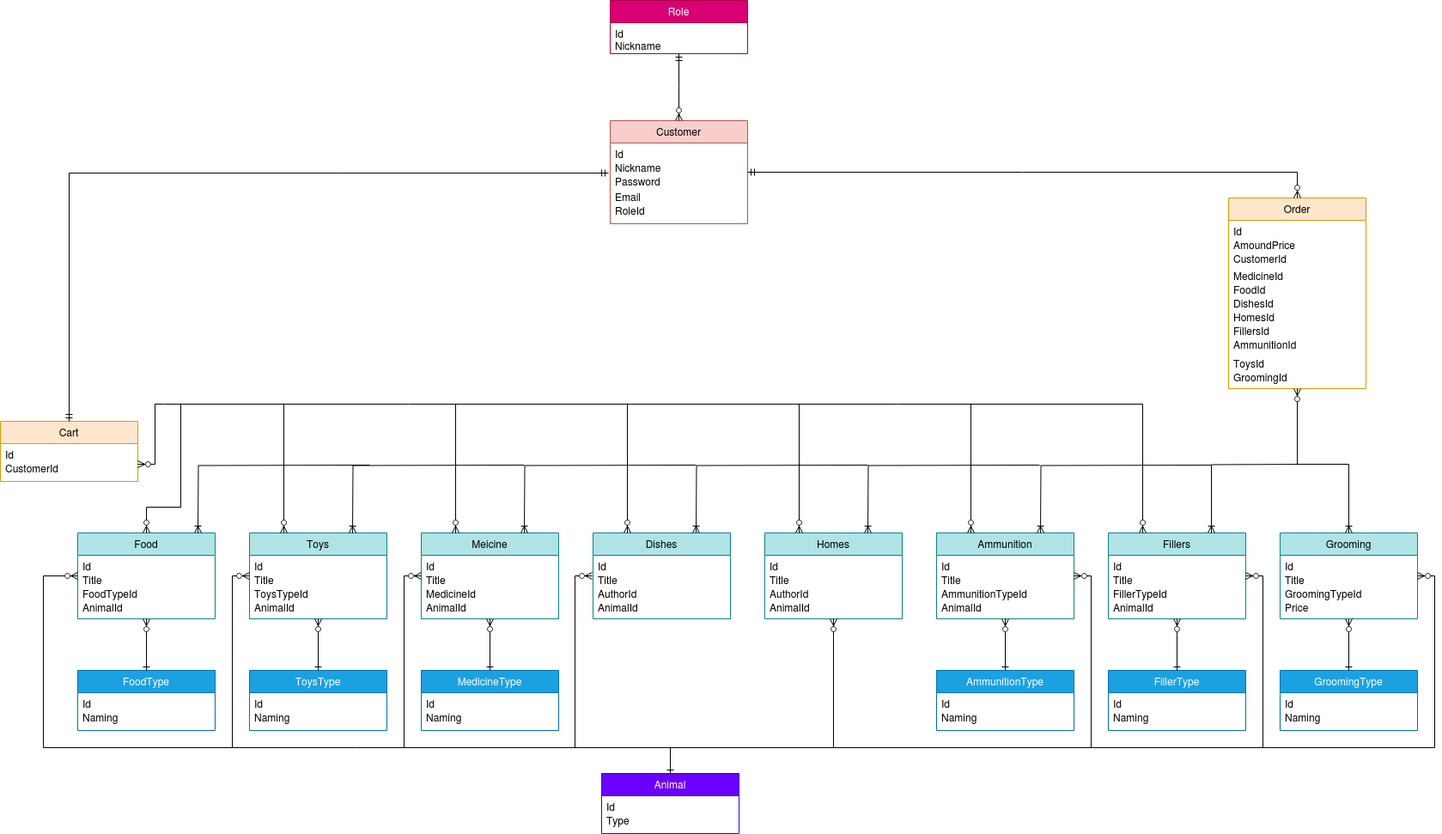
Earlier version of the draw.io export pet_shop_diagram.drawio.png (Chaisy/Pet_Store). Source tidied: cells renumbered, new cells last; positions are measured from the earlier drawing's top-left corner, leaving out a move shared by most shapes.
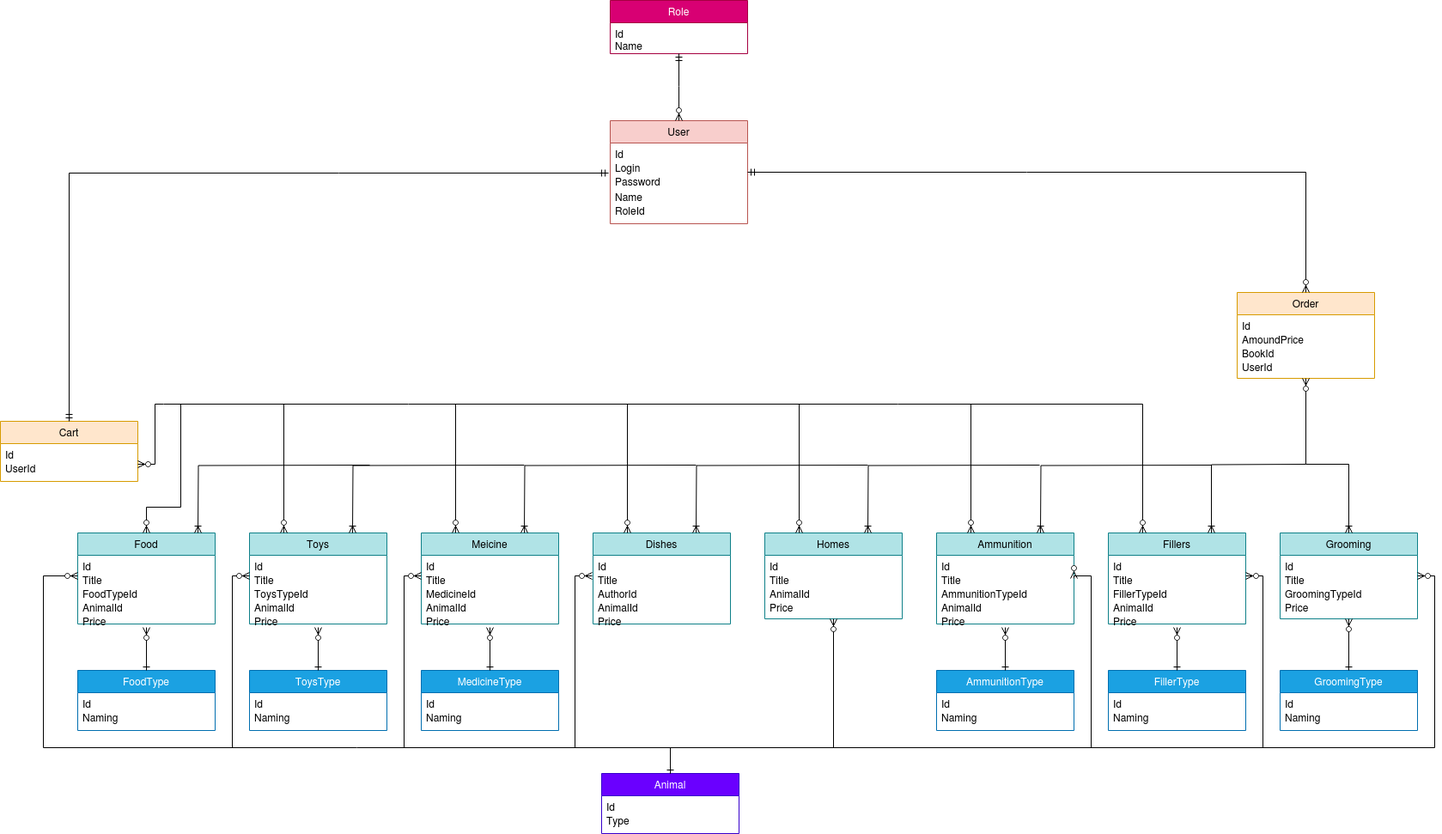
Later version of the same file.

Change to the diagram source:
```diff
@@ -4,3 +4,3 @@
     <mxCell id="1" parent="0" />
-    <mxCell id="2" value="Customer" style="swimlane;fontStyle=0;align=center;verticalAlign=top;horizontal=1;startSize=26;rounded=0;shadow=0;strokeWidth=1;fillColor=#f8cecc;strokeColor=#b85450;" parent="1" vertex="1">
+    <mxCell id="2" value="User" style="swimlane;fontStyle=0;align=center;verticalAlign=top;horizontal=1;startSize=26;rounded=0;shadow=0;strokeWidth=1;fillColor=#f8cecc;strokeColor=#b85450;" parent="1" vertex="1">
       <mxGeometry x="710" y="140" width="160" height="120" as="geometry" />
@@ -10,3 +10,3 @@
     </mxCell>
-    <mxCell id="4" value="Nickname" style="text;align=left;verticalAlign=top;spacingLeft=4;spacingRight=4;overflow=hidden;rounded=0;shadow=0;html=0;" parent="2" vertex="1">
+    <mxCell id="4" value="Login &#10;" style="text;align=left;verticalAlign=top;spacingLeft=4;spacingRight=4;overflow=hidden;rounded=0;shadow=0;html=0;" parent="2" vertex="1">
       <mxGeometry y="42" width="160" height="16" as="geometry" />
@@ -16,3 +16,3 @@
     </mxCell>
-    <mxCell id="6" value="Email" style="text;align=left;verticalAlign=top;spacingLeft=4;spacingRight=4;overflow=hidden;" parent="2" vertex="1">
+    <mxCell id="6" value="Name " style="text;align=left;verticalAlign=top;spacingLeft=4;spacingRight=4;overflow=hidden;" parent="2" vertex="1">
       <mxGeometry y="76" width="160" height="16" as="geometry" />
@@ -23,3 +23,3 @@
     <mxCell id="8" value="Order" style="swimlane;fontStyle=0;align=center;verticalAlign=top;horizontal=1;startSize=26;rounded=0;shadow=0;strokeWidth=1;fillColor=#ffe6cc;strokeColor=#d79b00;" parent="1" vertex="1">
-      <mxGeometry x="1430" y="230" width="160" height="222" as="geometry" />
+      <mxGeometry x="1440" y="340" width="160" height="100" as="geometry" />
     </mxCell>
@@ -31,31 +31,10 @@
     </mxCell>
+    <mxCell id="12" value="BookId" style="text;align=left;verticalAlign=top;spacingLeft=4;spacingRight=4;overflow=hidden;rounded=0;shadow=0;html=0;" parent="8" vertex="1">
+      <mxGeometry y="58" width="160" height="16" as="geometry" />
+    </mxCell>
-    <mxCell id="11" value="CustomerId" style="text;align=left;verticalAlign=top;spacingLeft=4;spacingRight=4;overflow=hidden;rounded=0;shadow=0;html=0;" parent="8" vertex="1">
-      <mxGeometry y="58" width="160" height="20" as="geometry" />
+    <mxCell id="11" value="UserId" style="text;align=left;verticalAlign=top;spacingLeft=4;spacingRight=4;overflow=hidden;rounded=0;shadow=0;html=0;" parent="8" vertex="1">
+      <mxGeometry y="74" width="160" height="20" as="geometry" />
     </mxCell>
-    <mxCell id="12" value="MedicineId" style="text;align=left;verticalAlign=top;spacingLeft=4;spacingRight=4;overflow=hidden;rounded=0;shadow=0;html=0;" parent="8" vertex="1">
-      <mxGeometry y="78" width="160" height="16" as="geometry" />
-    </mxCell>
-    <mxCell id="13" value="FoodId" style="text;align=left;verticalAlign=top;spacingLeft=4;spacingRight=4;overflow=hidden;rounded=0;shadow=0;html=0;" parent="8" vertex="1">
-      <mxGeometry y="94" width="160" height="16" as="geometry" />
-    </mxCell>
-    <mxCell id="14" value="DishesId" style="text;align=left;verticalAlign=top;spacingLeft=4;spacingRight=4;overflow=hidden;rounded=0;shadow=0;html=0;" parent="8" vertex="1">
-      <mxGeometry y="110" width="160" height="16" as="geometry" />
-    </mxCell>
-    <mxCell id="15" value="HomesId" style="text;align=left;verticalAlign=top;spacingLeft=4;spacingRight=4;overflow=hidden;rounded=0;shadow=0;html=0;" parent="8" vertex="1">
-      <mxGeometry y="126" width="160" height="16" as="geometry" />
-    </mxCell>
-    <mxCell id="16" value="FillersId" style="text;align=left;verticalAlign=top;spacingLeft=4;spacingRight=4;overflow=hidden;rounded=0;shadow=0;html=0;" parent="8" vertex="1">
-      <mxGeometry y="142" width="160" height="16" as="geometry" />
-    </mxCell>
-    <mxCell id="17" value="AmmunitionId" style="text;align=left;verticalAlign=top;spacingLeft=4;spacingRight=4;overflow=hidden;rounded=0;shadow=0;html=0;" parent="8" vertex="1">
-      <mxGeometry y="158" width="160" height="22" as="geometry" />
-    </mxCell>
-    <mxCell id="18" value="ToysId" style="text;align=left;verticalAlign=top;spacingLeft=4;spacingRight=4;overflow=hidden;rounded=0;shadow=0;html=0;" parent="8" vertex="1">
-      <mxGeometry y="180" width="160" height="16" as="geometry" />
-    </mxCell>
-    <mxCell id="19" value="GroomingId" style="text;align=left;verticalAlign=top;spacingLeft=4;spacingRight=4;overflow=hidden;rounded=0;shadow=0;html=0;" parent="8" vertex="1">
-      <mxGeometry y="196" width="160" height="16" as="geometry" />
-    </mxCell>
     <mxCell id="20" value="Food" style="swimlane;fontStyle=0;align=center;verticalAlign=top;horizontal=1;startSize=26;rounded=0;shadow=0;strokeWidth=1;fillColor=#b0e3e6;strokeColor=#0e8088;" parent="1" vertex="1">
-      <mxGeometry x="90" y="620" width="160" height="100" as="geometry" />
+      <mxGeometry x="90" y="620" width="160" height="106" as="geometry" />
     </mxCell>
@@ -73,2 +52,5 @@
     </mxCell>
+    <mxCell id="126" value="Price" style="text;align=left;verticalAlign=top;spacingLeft=4;spacingRight=4;overflow=hidden;rounded=0;shadow=0;html=0;" parent="20" vertex="1">
+      <mxGeometry y="90" width="160" height="16" as="geometry" />
+    </mxCell>
     <mxCell id="25" value="Cart" style="swimlane;fontStyle=0;align=center;verticalAlign=top;horizontal=1;startSize=26;rounded=0;shadow=0;strokeWidth=1;fillColor=#ffe6cc;strokeColor=#d79b00;" parent="1" vertex="1">
@@ -79,3 +61,3 @@
     </mxCell>
-    <mxCell id="27" value="CustomerId" style="text;align=left;verticalAlign=top;spacingLeft=4;spacingRight=4;overflow=hidden;points=[[0,0.5],[1,0.5]];portConstraint=eastwest;rounded=0;shadow=0;html=0;" parent="25" vertex="1">
+    <mxCell id="27" value="UserId" style="text;align=left;verticalAlign=top;spacingLeft=4;spacingRight=4;overflow=hidden;points=[[0,0.5],[1,0.5]];portConstraint=eastwest;rounded=0;shadow=0;html=0;" parent="25" vertex="1">
       <mxGeometry y="42" width="160" height="16" as="geometry" />
@@ -88,3 +70,3 @@
     </mxCell>
-    <mxCell id="30" value="Nickname" style="text;align=left;verticalAlign=top;spacingLeft=4;spacingRight=4;overflow=hidden;" parent="28" vertex="1">
+    <mxCell id="30" value="Name " style="text;align=left;verticalAlign=top;spacingLeft=4;spacingRight=4;overflow=hidden;" parent="28" vertex="1">
       <mxGeometry y="40" width="160" height="16" as="geometry" />
@@ -99,3 +81,3 @@
     <mxCell id="32" value="Fillers" style="swimlane;fontStyle=0;align=center;verticalAlign=top;horizontal=1;startSize=26;rounded=0;shadow=0;strokeWidth=1;fillColor=#b0e3e6;strokeColor=#0e8088;" parent="1" vertex="1">
-      <mxGeometry x="1290" y="620" width="160" height="100" as="geometry" />
+      <mxGeometry x="1290" y="620" width="160" height="106" as="geometry" />
     </mxCell>
@@ -113,4 +95,7 @@
     </mxCell>
+    <mxCell id="127" value="Price" style="text;align=left;verticalAlign=top;spacingLeft=4;spacingRight=4;overflow=hidden;rounded=0;shadow=0;html=0;" parent="32" vertex="1">
+      <mxGeometry y="90" width="160" height="16" as="geometry" />
+    </mxCell>
     <mxCell id="37" value="Toys" style="swimlane;fontStyle=0;align=center;verticalAlign=top;horizontal=1;startSize=26;rounded=0;shadow=0;strokeWidth=1;fillColor=#b0e3e6;strokeColor=#0e8088;" parent="1" vertex="1">
-      <mxGeometry x="290" y="620" width="160" height="100" as="geometry" />
+      <mxGeometry x="290" y="620" width="160" height="106" as="geometry" />
     </mxCell>
@@ -128,4 +113,7 @@
     </mxCell>
+    <mxCell id="128" value="Price" style="text;align=left;verticalAlign=top;spacingLeft=4;spacingRight=4;overflow=hidden;rounded=0;shadow=0;html=0;" parent="37" vertex="1">
+      <mxGeometry y="90" width="160" height="16" as="geometry" />
+    </mxCell>
     <mxCell id="42" value="Meicine" style="swimlane;fontStyle=0;align=center;verticalAlign=top;horizontal=1;startSize=26;rounded=0;shadow=0;strokeWidth=1;fillColor=#b0e3e6;strokeColor=#0e8088;" parent="1" vertex="1">
-      <mxGeometry x="490" y="620" width="160" height="100" as="geometry" />
+      <mxGeometry x="490" y="620" width="160" height="106" as="geometry" />
     </mxCell>
@@ -143,4 +131,7 @@
     </mxCell>
+    <mxCell id="129" value="Price" style="text;align=left;verticalAlign=top;spacingLeft=4;spacingRight=4;overflow=hidden;rounded=0;shadow=0;html=0;" parent="42" vertex="1">
+      <mxGeometry y="90" width="160" height="16" as="geometry" />
+    </mxCell>
     <mxCell id="47" value="Dishes" style="swimlane;fontStyle=0;align=center;verticalAlign=top;horizontal=1;startSize=26;rounded=0;shadow=0;strokeWidth=1;fillColor=#b0e3e6;strokeColor=#0e8088;" parent="1" vertex="1">
-      <mxGeometry x="690" y="620" width="160" height="100" as="geometry" />
+      <mxGeometry x="690" y="620" width="160" height="106" as="geometry" />
     </mxCell>
@@ -158,2 +149,5 @@
     </mxCell>
+    <mxCell id="130" value="Price" style="text;align=left;verticalAlign=top;spacingLeft=4;spacingRight=4;overflow=hidden;rounded=0;shadow=0;html=0;" parent="47" vertex="1">
+      <mxGeometry y="90" width="160" height="16" as="geometry" />
+    </mxCell>
     <mxCell id="52" value="Homes" style="swimlane;fontStyle=0;align=center;verticalAlign=top;horizontal=1;startSize=26;rounded=0;shadow=0;strokeWidth=1;fillColor=#b0e3e6;strokeColor=#0e8088;" parent="1" vertex="1">
@@ -167,10 +161,10 @@
     </mxCell>
-    <mxCell id="55" value="AuthorId" style="text;align=left;verticalAlign=top;spacingLeft=4;spacingRight=4;overflow=hidden;rounded=0;shadow=0;html=0;" parent="52" vertex="1">
-      <mxGeometry y="58" width="160" height="16" as="geometry" />
-    </mxCell>
     <mxCell id="56" value="AnimalId" style="text;align=left;verticalAlign=top;spacingLeft=4;spacingRight=4;overflow=hidden;rounded=0;shadow=0;html=0;" parent="52" vertex="1">
-      <mxGeometry y="74" width="160" height="16" as="geometry" />
+      <mxGeometry y="58" width="160" height="16" as="geometry" />
     </mxCell>
+    <mxCell id="131" value="Price" style="text;align=left;verticalAlign=top;spacingLeft=4;spacingRight=4;overflow=hidden;rounded=0;shadow=0;html=0;" parent="52" vertex="1">
+      <mxGeometry y="74" width="160" height="16" as="geometry" />
+    </mxCell>
     <mxCell id="57" value="Ammunition" style="swimlane;fontStyle=0;align=center;verticalAlign=top;horizontal=1;startSize=26;rounded=0;shadow=0;strokeWidth=1;fillColor=#b0e3e6;strokeColor=#0e8088;" parent="1" vertex="1">
-      <mxGeometry x="1090" y="620" width="160" height="100" as="geometry" />
+      <mxGeometry x="1090" y="620" width="160" height="106" as="geometry" />
     </mxCell>
@@ -188,2 +182,5 @@
     </mxCell>
+    <mxCell id="132" value="Price" style="text;align=left;verticalAlign=top;spacingLeft=4;spacingRight=4;overflow=hidden;rounded=0;shadow=0;html=0;" parent="57" vertex="1">
+      <mxGeometry y="90" width="160" height="16" as="geometry" />
+    </mxCell>
     <mxCell id="62" value="Grooming" style="swimlane;fontStyle=0;align=center;verticalAlign=top;horizontal=1;startSize=26;rounded=0;shadow=0;strokeWidth=1;fillColor=#b0e3e6;strokeColor=#0e8088;" parent="1" vertex="1">
@@ -232,6 +229,6 @@
     </mxCell>
-    <mxCell id="75" style="fontSize=12;html=1;endArrow=ERzeroToMany;endFill=1;rounded=0;entryX=0.5;entryY=1;entryDx=0;entryDy=0;" parent="1" edge="1">
+    <mxCell id="75" style="fontSize=12;html=1;endArrow=ERzeroToMany;endFill=1;rounded=0;" parent="1" edge="1">
       <mxGeometry relative="1" as="geometry">
         <mxPoint x="1370" y="760" as="sourcePoint" />
-        <mxPoint x="1370" y="720" as="targetPoint" />
+        <mxPoint x="1370" y="730" as="targetPoint" />
       </mxGeometry>
@@ -252,6 +249,6 @@
     </mxCell>
-    <mxCell id="80" style="fontSize=12;html=1;endArrow=ERzeroToMany;endFill=1;rounded=0;entryX=0.5;entryY=1;entryDx=0;entryDy=0;" parent="1" edge="1">
+    <mxCell id="80" style="fontSize=12;html=1;endArrow=ERzeroToMany;endFill=1;rounded=0;" parent="1" edge="1">
       <mxGeometry relative="1" as="geometry">
         <mxPoint x="1170" y="760" as="sourcePoint" />
-        <mxPoint x="1170" y="720" as="targetPoint" />
+        <mxPoint x="1170" y="730" as="targetPoint" />
       </mxGeometry>
@@ -272,6 +269,6 @@
     </mxCell>
-    <mxCell id="85" style="fontSize=12;html=1;endArrow=ERzeroToMany;endFill=1;rounded=0;entryX=0.5;entryY=1;entryDx=0;entryDy=0;" parent="1" edge="1">
+    <mxCell id="85" style="fontSize=12;html=1;endArrow=ERzeroToMany;endFill=1;rounded=0;" parent="1" edge="1">
       <mxGeometry relative="1" as="geometry">
         <mxPoint x="570" y="760" as="sourcePoint" />
-        <mxPoint x="570" y="720" as="targetPoint" />
+        <mxPoint x="570" y="730" as="targetPoint" />
       </mxGeometry>
@@ -292,6 +289,6 @@
     </mxCell>
-    <mxCell id="90" style="fontSize=12;html=1;endArrow=ERzeroToMany;endFill=1;rounded=0;entryX=0.5;entryY=1;entryDx=0;entryDy=0;" parent="1" edge="1">
+    <mxCell id="90" style="fontSize=12;html=1;endArrow=ERzeroToMany;endFill=1;rounded=0;" parent="1" edge="1">
       <mxGeometry relative="1" as="geometry">
         <mxPoint x="170" y="760" as="sourcePoint" />
-        <mxPoint x="170" y="720" as="targetPoint" />
+        <mxPoint x="170" y="730" as="targetPoint" />
       </mxGeometry>
@@ -312,6 +309,6 @@
     </mxCell>
-    <mxCell id="95" style="fontSize=12;html=1;endArrow=ERzeroToMany;endFill=1;rounded=0;entryX=0.5;entryY=1;entryDx=0;entryDy=0;" parent="1" edge="1">
+    <mxCell id="95" style="fontSize=12;html=1;endArrow=ERzeroToMany;endFill=1;rounded=0;" parent="1" edge="1">
       <mxGeometry relative="1" as="geometry">
         <mxPoint x="370" y="760" as="sourcePoint" />
-        <mxPoint x="370" y="720" as="targetPoint" />
+        <mxPoint x="370" y="730" as="targetPoint" />
       </mxGeometry>
@@ -481,3 +478,3 @@
         <Array as="points">
-          <mxPoint x="1510" y="540" />
+          <mxPoint x="1520" y="540" />
           <mxPoint x="1570" y="540" />
```
